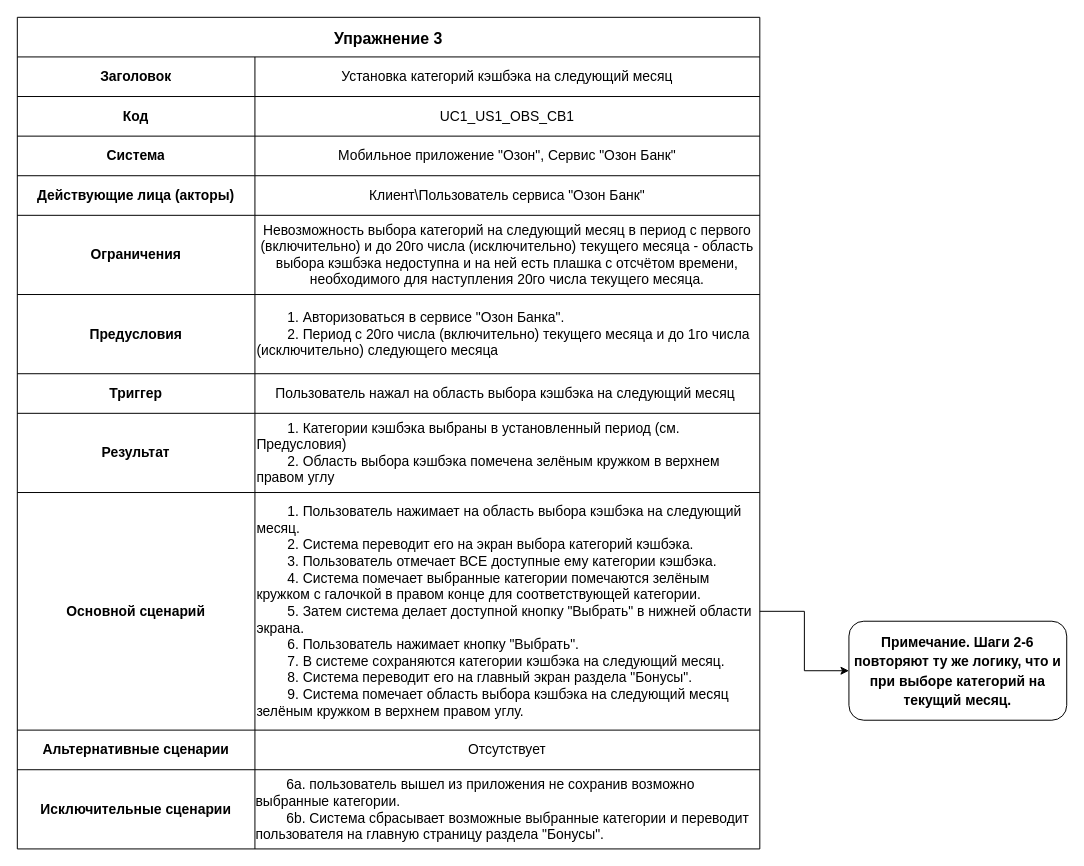
Before: Stanley_Kudrow/ex03_use_case/use_case.drawio in abdullahproff/BSA21_1, a draw.io diagram. Source tidied: cells renumbered, new cells numbered last; positions are measured from the earlier drawing's top-left corner, leaving out a move shared by most shapes. Both pictures are drawn from the tidied source at 99%, with x=0, y=0 at pixel (17, 17).
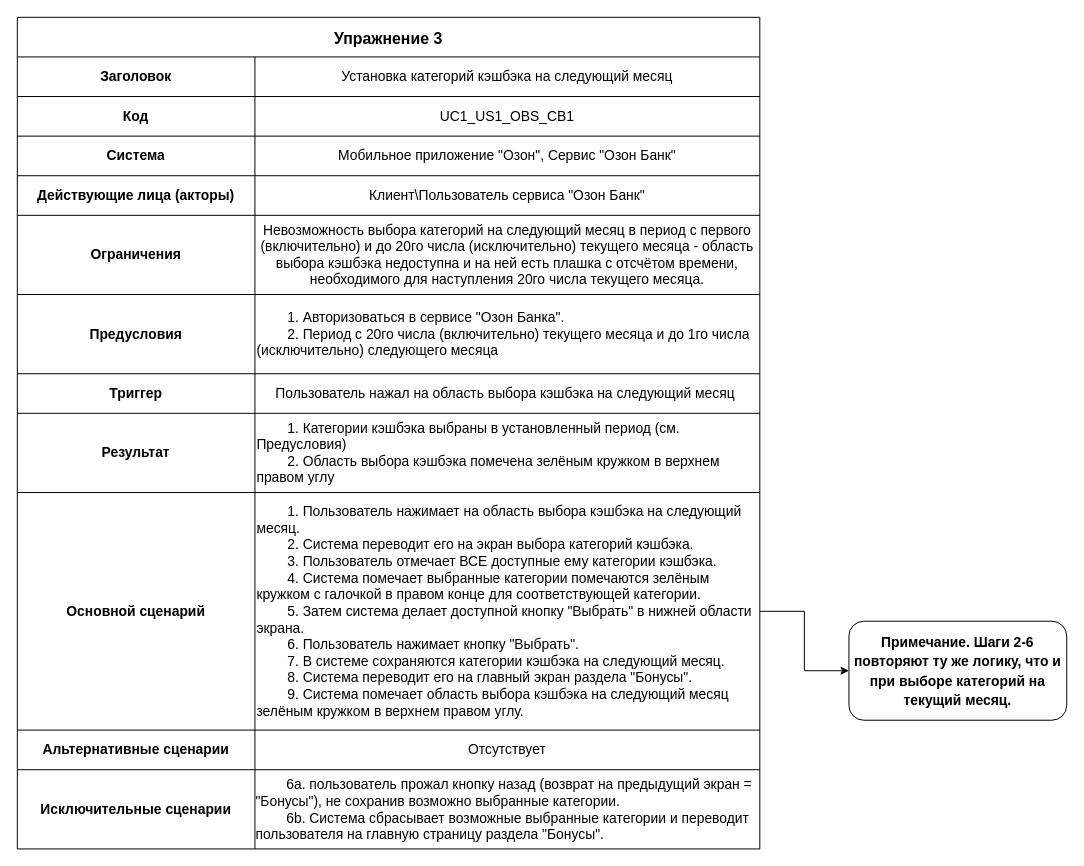
The same page after the edit.

Unchanged cells that the change refers to:
```xml
<mxCell id="34" style="shape=tableRow;horizontal=0;startSize=0;swimlaneHead=0;swimlaneBody=0;strokeColor=inherit;top=0;left=0;bottom=0;right=0;fillColor=none;" parent="3" vertex="1">
  <mxGeometry y="760" width="750" height="80" as="geometry" />
</mxCell>
```

Change to the diagram source:
```diff
@@
-    <mxCell id="36" value="&lt;div style=&quot;text-align: left;&quot;&gt;&lt;span style=&quot;background-color: initial; font-size: 14px;&quot;&gt;&lt;span style=&quot;white-space: pre;&quot;&gt;&#9;&lt;/span&gt;6а. пользователь вышел из приложения не сохранив возможно выбранные категории.&lt;/span&gt;&lt;/div&gt;&lt;div style=&quot;text-align: left;&quot;&gt;&lt;span style=&quot;background-color: initial; font-size: 14px;&quot;&gt;&lt;span style=&quot;white-space: pre;&quot;&gt;&#9;&lt;/span&gt;6b. Система сбрасывает возможные выбранные категории и переводит пользователя на главную страницу раздела &quot;Бонусы&quot;.&lt;/span&gt;&lt;/div&gt;" style="shape=partialRectangle;html=1;whiteSpace=wrap;strokeColor=inherit;overflow=hidden;fillColor=none;top=0;left=0;bottom=0;right=0;" parent="34" vertex="1">
+    <mxCell id="36" value="&lt;div style=&quot;text-align: left;&quot;&gt;&lt;span style=&quot;background-color: initial; font-size: 14px;&quot;&gt;&lt;span style=&quot;white-space: pre;&quot;&gt;&#9;&lt;/span&gt;6а. пользователь прожал кнопку назад (возврат на предыдущий экран = &quot;Бонусы&quot;), не сохранив возможно выбранные категории.&lt;/span&gt;&lt;/div&gt;&lt;div style=&quot;text-align: left;&quot;&gt;&lt;span style=&quot;background-color: initial; font-size: 14px;&quot;&gt;&lt;span style=&quot;white-space: pre;&quot;&gt;&#9;&lt;/span&gt;6b. Система сбрасывает возможные выбранные категории и переводит пользователя на главную страницу раздела &quot;Бонусы&quot;.&lt;/span&gt;&lt;/div&gt;" style="shape=partialRectangle;html=1;whiteSpace=wrap;strokeColor=inherit;overflow=hidden;fillColor=none;top=0;left=0;bottom=0;right=0;" parent="34" vertex="1">
       <mxGeometry x="240" width="510" height="80" as="geometry" />
     </mxCell>
```
